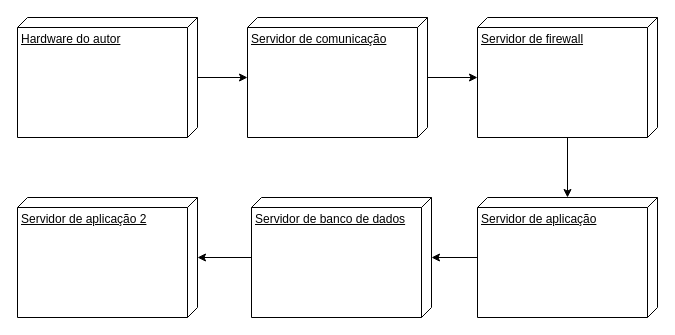
The draw.io diagram DiagramaDeHardware.drawio in fe1ipesena/biblioteca-Java-Swing, before the edit. Source tidied: cells renumbered, new cells numbered last; positions are measured from the earlier drawing's top-left corner, leaving out a move shared by most shapes. Both pictures are drawn from the tidied source at 100%, with x=0, y=0 at pixel (17, 17).
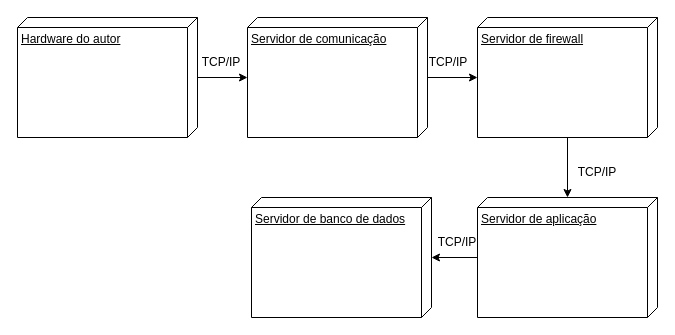
The same page after the edit.

What changed in the source:
```diff
@@
 <mxGraphModel>
   <root>
     <mxCell id="0" />
     <mxCell id="1" parent="0" />
     <mxCell id="2" style="edgeStyle=orthogonalEdgeStyle;rounded=0;jettySize=auto;html=1;" parent="1" edge="1" source="3" target="5">
       <mxGeometry relative="1" as="geometry" />
     </mxCell>
     <mxCell id="3" value="Hardware do autor" style="verticalAlign=top;align=left;spacingTop=8;spacingLeft=2;spacingRight=12;shape=cube;size=10;direction=south;fontStyle=4;html=1;whiteSpace=wrap;" parent="1" vertex="1">
       <mxGeometry width="180" height="120" as="geometry" />
     </mxCell>
     <mxCell id="4" style="edgeStyle=orthogonalEdgeStyle;rounded=0;jettySize=auto;html=1;" parent="1" edge="1" source="5" target="7">
       <mxGeometry relative="1" as="geometry" />
     </mxCell>
     <mxCell id="5" value="Servidor de comunicação" style="verticalAlign=top;align=left;spacingTop=8;spacingLeft=2;spacingRight=12;shape=cube;size=10;direction=south;fontStyle=4;html=1;whiteSpace=wrap;" parent="1" vertex="1">
       <mxGeometry x="230" width="180" height="120" as="geometry" />
     </mxCell>
     <mxCell id="6" style="edgeStyle=orthogonalEdgeStyle;rounded=0;jettySize=auto;html=1;" parent="1" edge="1" source="7" target="9">
       <mxGeometry relative="1" as="geometry" />
     </mxCell>
     <mxCell id="7" value="Servidor de firewall" style="verticalAlign=top;align=left;spacingTop=8;spacingLeft=2;spacingRight=12;shape=cube;size=10;direction=south;fontStyle=4;html=1;whiteSpace=wrap;" parent="1" vertex="1">
       <mxGeometry x="460" width="180" height="120" as="geometry" />
     </mxCell>
     <mxCell id="8" style="edgeStyle=orthogonalEdgeStyle;rounded=0;jettySize=auto;html=1;" parent="1" edge="1" source="9" target="11">
       <mxGeometry relative="1" as="geometry" />
     </mxCell>
     <mxCell id="9" value="Servidor de aplicação" style="verticalAlign=top;align=left;spacingTop=8;spacingLeft=2;spacingRight=12;shape=cube;size=10;direction=south;fontStyle=4;html=1;whiteSpace=wrap;" parent="1" vertex="1">
       <mxGeometry x="460" y="180" width="180" height="120" as="geometry" />
     </mxCell>
-    <mxCell id="10" style="edgeStyle=orthogonalEdgeStyle;rounded=0;jettySize=auto;html=1;" parent="1" edge="1" source="11" target="12">
-      <mxGeometry relative="1" as="geometry" />
-    </mxCell>
     <mxCell id="11" value="Servidor de banco de dados" style="verticalAlign=top;align=left;spacingTop=8;spacingLeft=2;spacingRight=12;shape=cube;size=10;direction=south;fontStyle=4;html=1;whiteSpace=wrap;" parent="1" vertex="1">
       <mxGeometry x="234" y="180" width="180" height="120" as="geometry" />
     </mxCell>
-    <mxCell id="12" value="Servidor de aplicação 2" style="verticalAlign=top;align=left;spacingTop=8;spacingLeft=2;spacingRight=12;shape=cube;size=10;direction=south;fontStyle=4;html=1;whiteSpace=wrap;" parent="1" vertex="1">
-      <mxGeometry y="180" width="180" height="120" as="geometry" />
-    </mxCell>
+    <mxCell id="13" value="TCP/IP" style="text;html=1;align=center;verticalAlign=middle;whiteSpace=wrap;rounded=0;" parent="1" vertex="1">
+      <mxGeometry x="174" y="30" width="60" height="30" as="geometry" />
+    </mxCell>
+    <mxCell id="14" value="TCP/IP" style="text;html=1;align=center;verticalAlign=middle;whiteSpace=wrap;rounded=0;" parent="1" vertex="1">
+      <mxGeometry x="401" y="30" width="60" height="30" as="geometry" />
+    </mxCell>
+    <mxCell id="15" value="TCP/IP" style="text;html=1;align=center;verticalAlign=middle;whiteSpace=wrap;rounded=0;fontFamily=Helvetica;fontSize=12;fontColor=default;" parent="1" vertex="1">
+      <mxGeometry x="410" y="210" width="60" height="30" as="geometry" />
+    </mxCell>
+    <mxCell id="16" value="TCP/IP" style="text;html=1;align=center;verticalAlign=middle;whiteSpace=wrap;rounded=0;fontFamily=Helvetica;fontSize=12;fontColor=default;" parent="1" vertex="1">
+      <mxGeometry x="550" y="140" width="60" height="30" as="geometry" />
+    </mxCell>
   </root>
 </mxGraphModel>
```
